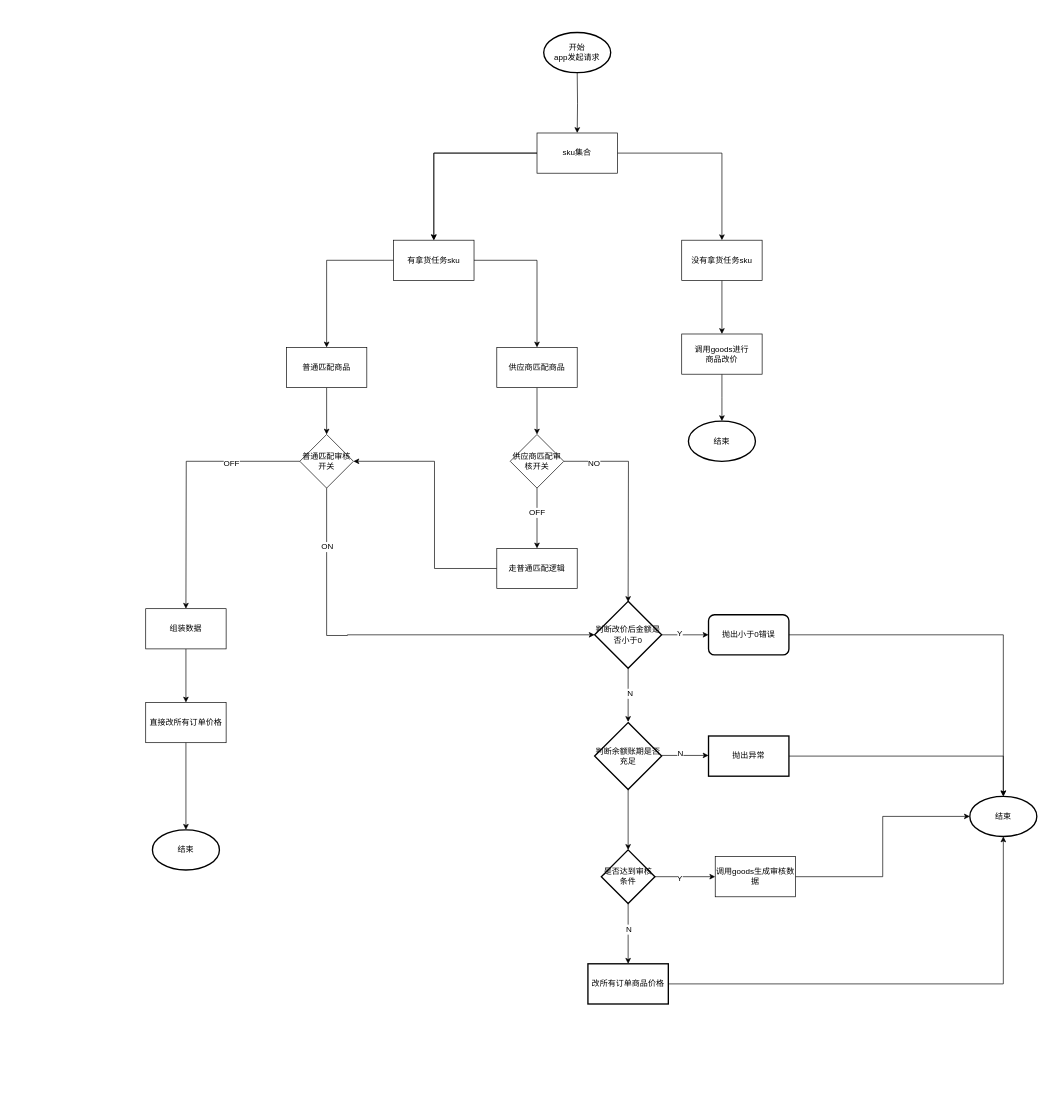
Above: spu确认改价流程图.drawio in bian0814/draw.io (draw.io), before the change. Source tidied: cells renumbered, new cells numbered last; positions are measured from the earlier drawing's top-left corner, leaving out a move shared by most shapes. Both pictures are drawn from the tidied source at 67%, with x=0, y=0 at pixel (145, 32).
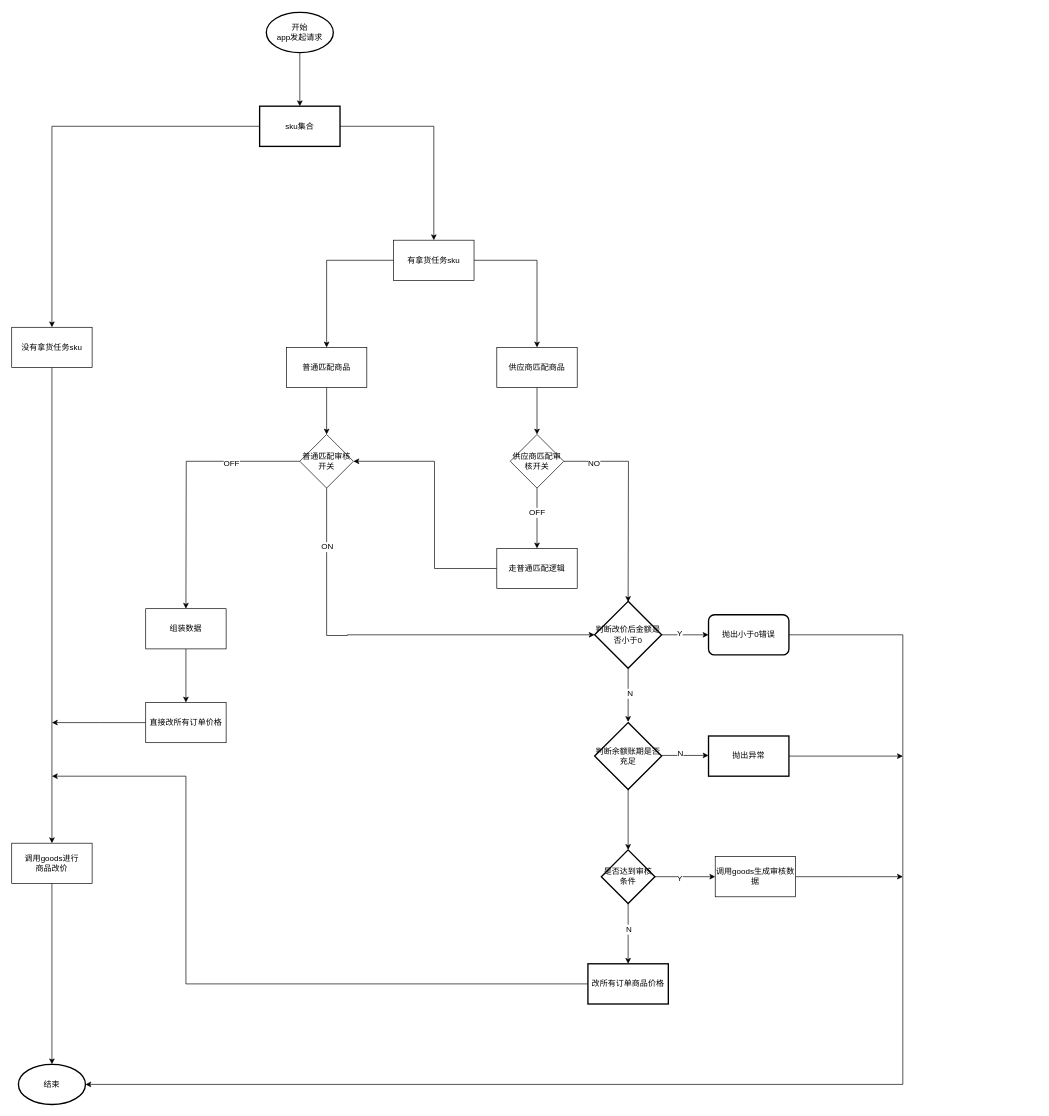
Above is the later version.

Commit message (it also covers changes not shown here):
更新spu确认改价流程图.drawio

Unchanged cells that the change refers to:
```xml
<mxCell id="9" value="有拿货任务sku" style="whiteSpace=wrap;html=1;" parent="1" vertex="1">
  <mxGeometry x="370" y="310" width="120" height="60" as="geometry" />
</mxCell>
<mxCell id="32" value="调用goods生成审核数据" style="whiteSpace=wrap;html=1;" parent="1" vertex="1">
  <mxGeometry x="850" y="1230" width="120" height="60" as="geometry" />
</mxCell>
<mxCell id="41" value="抛出小于0错误" style="rounded=1;whiteSpace=wrap;html=1;strokeWidth=2;" parent="1" vertex="1">
  <mxGeometry x="840" y="869" width="120" height="60" as="geometry" />
</mxCell>
<mxCell id="47" value="抛出异常" style="whiteSpace=wrap;html=1;strokeWidth=2;" parent="1" vertex="1">
  <mxGeometry x="840" y="1050" width="120" height="60" as="geometry" />
</mxCell>
<mxCell id="54" value="改所有订单商品价格" style="whiteSpace=wrap;html=1;strokeWidth=2;" parent="1" vertex="1">
  <mxGeometry x="660" y="1390" width="120" height="60" as="geometry" />
</mxCell>
<mxCell id="57" value="直接改所有订单价格" style="whiteSpace=wrap;html=1;" parent="1" vertex="1">
  <mxGeometry y="1000" width="120" height="60" as="geometry" />
</mxCell>
```

Change to the diagram source:
```diff
@@
-    <mxCell id="2" style="edgeStyle=orthogonalEdgeStyle;rounded=0;jettySize=auto;html=1;" parent="1" edge="1" target="6">
-      <mxGeometry relative="1" as="geometry">
-        <mxPoint x="644" y="60" as="sourcePoint" />
-      </mxGeometry>
-    </mxCell>
-    <mxCell id="3" style="edgeStyle=orthogonalEdgeStyle;rounded=0;jettySize=auto;html=1;" parent="1" edge="1" source="6" target="9">
-      <mxGeometry relative="1" as="geometry" />
-    </mxCell>
-    <mxCell id="4" style="edgeStyle=orthogonalEdgeStyle;rounded=0;jettySize=auto;html=1;" parent="1" edge="1" source="6" target="9">
-      <mxGeometry relative="1" as="geometry" />
-    </mxCell>
-    <mxCell id="5" style="edgeStyle=orthogonalEdgeStyle;rounded=0;jettySize=auto;html=1;" parent="1" edge="1" source="6" target="11">
-      <mxGeometry relative="1" as="geometry" />
-    </mxCell>
-    <mxCell id="6" value="sku集合" style="whiteSpace=wrap;html=1;" parent="1" vertex="1">
-      <mxGeometry x="584" y="150" width="120" height="60" as="geometry" />
-    </mxCell>
@@
     <mxCell id="11" value="没有拿货任务sku" style="whiteSpace=wrap;html=1;" parent="1" vertex="1">
-      <mxGeometry x="800" y="310" width="120" height="60" as="geometry" />
+      <mxGeometry x="-200" y="440" width="120" height="60" as="geometry" />
     </mxCell>
-    <mxCell id="12" style="edgeStyle=orthogonalEdgeStyle;rounded=0;jettySize=auto;html=1;" parent="1" edge="1" source="13">
-      <mxGeometry relative="1" as="geometry">
-        <mxPoint x="860" y="580" as="targetPoint" />
-      </mxGeometry>
-    </mxCell>
     <mxCell id="13" value="调用goods进行&lt;br&gt;商品改价" style="whiteSpace=wrap;html=1;" parent="1" vertex="1">
-      <mxGeometry x="800" y="450" width="120" height="60" as="geometry" />
+      <mxGeometry x="-200" y="1210" width="120" height="60" as="geometry" />
     </mxCell>
@@
+    <mxCell id="60" style="edgeStyle=orthogonalEdgeStyle;rounded=0;jettySize=auto;html=1;fontFamily=Helvetica;fontSize=12;fontColor=default;" parent="1" edge="1" source="32">
+      <mxGeometry relative="1" as="geometry">
+        <mxPoint x="1130" y="1260" as="targetPoint" />
+      </mxGeometry>
+    </mxCell>
@@
+    <mxCell id="61" style="edgeStyle=orthogonalEdgeStyle;rounded=0;jettySize=auto;html=1;fontFamily=Helvetica;fontSize=12;fontColor=default;" parent="1" edge="1" source="33" target="6">
+      <mxGeometry relative="1" as="geometry" />
+    </mxCell>
     <mxCell id="33" value="开始&lt;br style=&quot;border-color: var(--border-color);&quot;&gt;app发起请求" style="strokeWidth=2;html=1;shape=mxgraph.flowchart.start_1;whiteSpace=wrap;strokeColor=default;align=center;verticalAlign=middle;fontFamily=Helvetica;fontSize=12;fontColor=default;fillColor=default;" parent="1" vertex="1">
-      <mxGeometry x="594" width="100" height="60" as="geometry" />
+      <mxGeometry x="180" y="-30" width="100" height="60" as="geometry" />
     </mxCell>
     <mxCell id="34" value="结束" style="strokeWidth=2;html=1;shape=mxgraph.flowchart.start_1;whiteSpace=wrap;strokeColor=default;align=center;verticalAlign=middle;fontFamily=Helvetica;fontSize=12;fontColor=default;fillColor=default;" parent="1" vertex="1">
-      <mxGeometry x="810" y="580" width="100" height="60" as="geometry" />
+      <mxGeometry x="-190" y="1540" width="100" height="60" as="geometry" />
     </mxCell>
-    <mxCell id="35" value="结束" style="strokeWidth=2;html=1;shape=mxgraph.flowchart.start_1;whiteSpace=wrap;strokeColor=default;align=center;verticalAlign=middle;fontFamily=Helvetica;fontSize=12;fontColor=default;fillColor=default;" parent="1" vertex="1">
-      <mxGeometry x="1230" y="1140" width="100" height="60" as="geometry" />
-    </mxCell>
@@
-    <mxCell id="46" style="edgeStyle=orthogonalEdgeStyle;rounded=0;jettySize=auto;html=1;fontFamily=Helvetica;fontSize=12;fontColor=default;" parent="1" edge="1" source="47" target="35">
-      <mxGeometry relative="1" as="geometry" />
-    </mxCell>
+    <mxCell id="62" style="edgeStyle=orthogonalEdgeStyle;rounded=0;jettySize=auto;html=1;fontFamily=Helvetica;fontSize=12;fontColor=default;" parent="1" edge="1" source="47">
+      <mxGeometry relative="1" as="geometry">
+        <mxPoint x="1130" y="1080" as="targetPoint" />
+      </mxGeometry>
+    </mxCell>
@@
-    <mxCell id="48" style="edgeStyle=orthogonalEdgeStyle;rounded=0;jettySize=auto;html=1;entryX=0.5;entryY=0;entryDx=0;entryDy=0;entryPerimeter=0;fontFamily=Helvetica;fontSize=12;fontColor=default;" parent="1" edge="1" source="41" target="35">
-      <mxGeometry relative="1" as="geometry" />
+    <mxCell id="48" style="edgeStyle=orthogonalEdgeStyle;rounded=0;jettySize=auto;html=1;fontFamily=Helvetica;fontSize=12;fontColor=default;entryX=1;entryY=0.5;entryDx=0;entryDy=0;entryPerimeter=0;" parent="1" edge="1" source="41" target="34">
+      <mxGeometry relative="1" as="geometry">
+        <Array as="points">
+          <mxPoint x="1130" y="899" />
+          <mxPoint x="1130" y="1570" />
+        </Array>
+      </mxGeometry>
     </mxCell>
@@
+    <mxCell id="63" style="edgeStyle=orthogonalEdgeStyle;rounded=0;jettySize=auto;html=1;fontFamily=Helvetica;fontSize=12;fontColor=default;" parent="1" edge="1" source="54">
+      <mxGeometry relative="1" as="geometry">
+        <mxPoint x="-140" y="1110" as="targetPoint" />
+        <Array as="points">
+          <mxPoint x="60" y="1420" />
+          <mxPoint x="60" y="1110" />
+        </Array>
+      </mxGeometry>
+    </mxCell>
@@
-    <mxCell id="55" style="edgeStyle=orthogonalEdgeStyle;rounded=0;jettySize=auto;html=1;entryX=0;entryY=0.5;entryDx=0;entryDy=0;entryPerimeter=0;fontFamily=Helvetica;fontSize=12;fontColor=default;" parent="1" edge="1" source="32" target="35">
-      <mxGeometry relative="1" as="geometry" />
-    </mxCell>
-    <mxCell id="56" style="edgeStyle=orthogonalEdgeStyle;rounded=0;jettySize=auto;html=1;entryX=0.5;entryY=1;entryDx=0;entryDy=0;entryPerimeter=0;fontFamily=Helvetica;fontSize=12;fontColor=default;" parent="1" edge="1" source="54" target="35">
-      <mxGeometry relative="1" as="geometry" />
-    </mxCell>
+    <mxCell id="64" style="edgeStyle=orthogonalEdgeStyle;rounded=0;jettySize=auto;html=1;fontFamily=Helvetica;fontSize=12;fontColor=default;" parent="1" edge="1" source="57">
+      <mxGeometry relative="1" as="geometry">
+        <mxPoint x="-140" y="1030" as="targetPoint" />
+      </mxGeometry>
+    </mxCell>
@@
-    <mxCell id="58" value="结束" style="strokeWidth=2;html=1;shape=mxgraph.flowchart.start_1;whiteSpace=wrap;strokeColor=default;align=center;verticalAlign=middle;fontFamily=Helvetica;fontSize=12;fontColor=default;fillColor=default;" parent="1" vertex="1">
-      <mxGeometry x="10" y="1190" width="100" height="60" as="geometry" />
-    </mxCell>
-    <mxCell id="59" style="edgeStyle=orthogonalEdgeStyle;rounded=0;jettySize=auto;html=1;entryX=0.5;entryY=0;entryDx=0;entryDy=0;entryPerimeter=0;fontFamily=Helvetica;fontSize=12;fontColor=default;" parent="1" edge="1" source="57" target="58">
-      <mxGeometry relative="1" as="geometry" />
-    </mxCell>
+    <mxCell id="65" style="edgeStyle=orthogonalEdgeStyle;rounded=0;jettySize=auto;html=1;entryX=0.5;entryY=0;entryDx=0;entryDy=0;fontFamily=Helvetica;fontSize=12;fontColor=default;" parent="1" edge="1" source="6" target="9">
+      <mxGeometry relative="1" as="geometry" />
+    </mxCell>
+    <mxCell id="5" style="edgeStyle=orthogonalEdgeStyle;rounded=0;jettySize=auto;html=1;entryX=0.5;entryY=0;entryDx=0;entryDy=0;fontFamily=Helvetica;fontSize=12;fontColor=default;" parent="1" edge="1" source="6" target="11">
+      <mxGeometry relative="1" as="geometry" />
+    </mxCell>
+    <mxCell id="6" value="sku集合" style="whiteSpace=wrap;html=1;strokeWidth=2;" parent="1" vertex="1">
+      <mxGeometry x="170" y="110" width="120" height="60" as="geometry" />
+    </mxCell>
+    <mxCell id="66" style="edgeStyle=orthogonalEdgeStyle;rounded=0;jettySize=auto;html=1;entryX=0.5;entryY=0;entryDx=0;entryDy=0;entryPerimeter=0;fontFamily=Helvetica;fontSize=12;fontColor=default;" parent="1" edge="1" source="13" target="34">
+      <mxGeometry relative="1" as="geometry" />
+    </mxCell>
```
